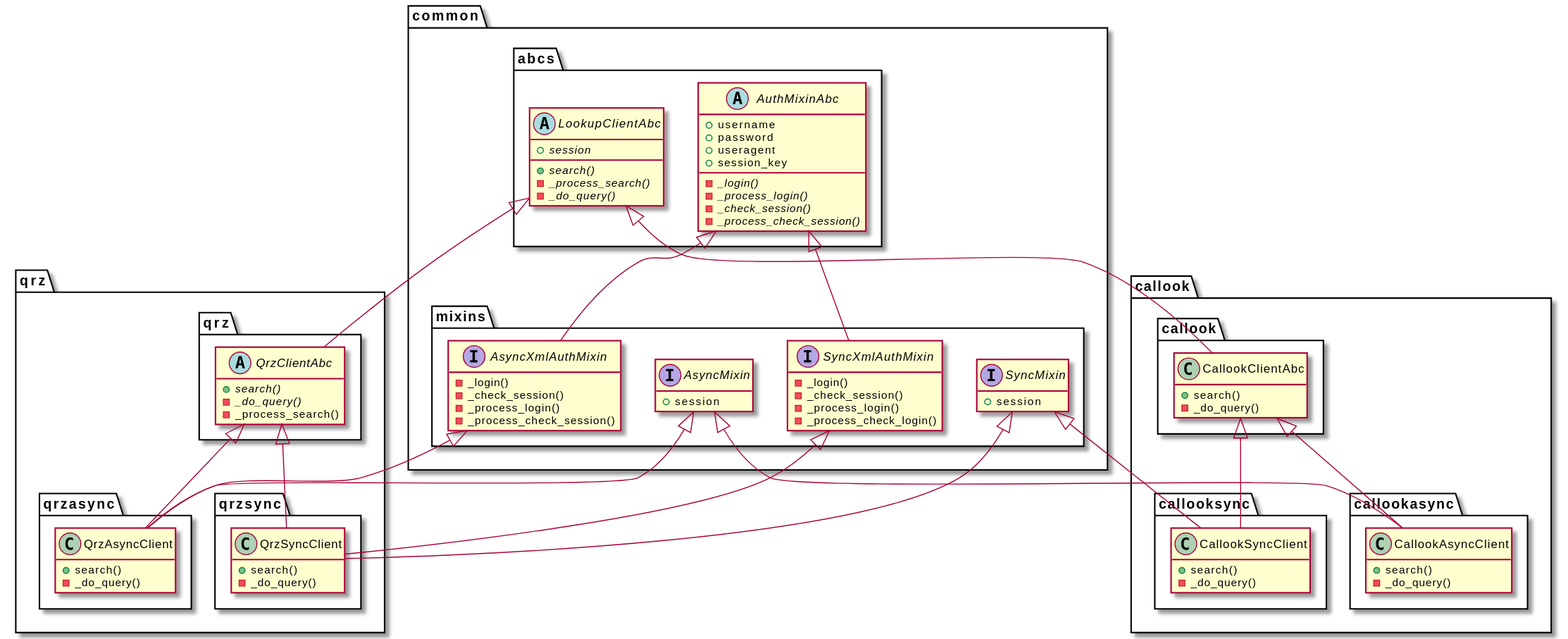
This is devnotes/cltinheritance.svg from miaowware/callsignlookuptools, a PlantUML export, as it was before one commit.
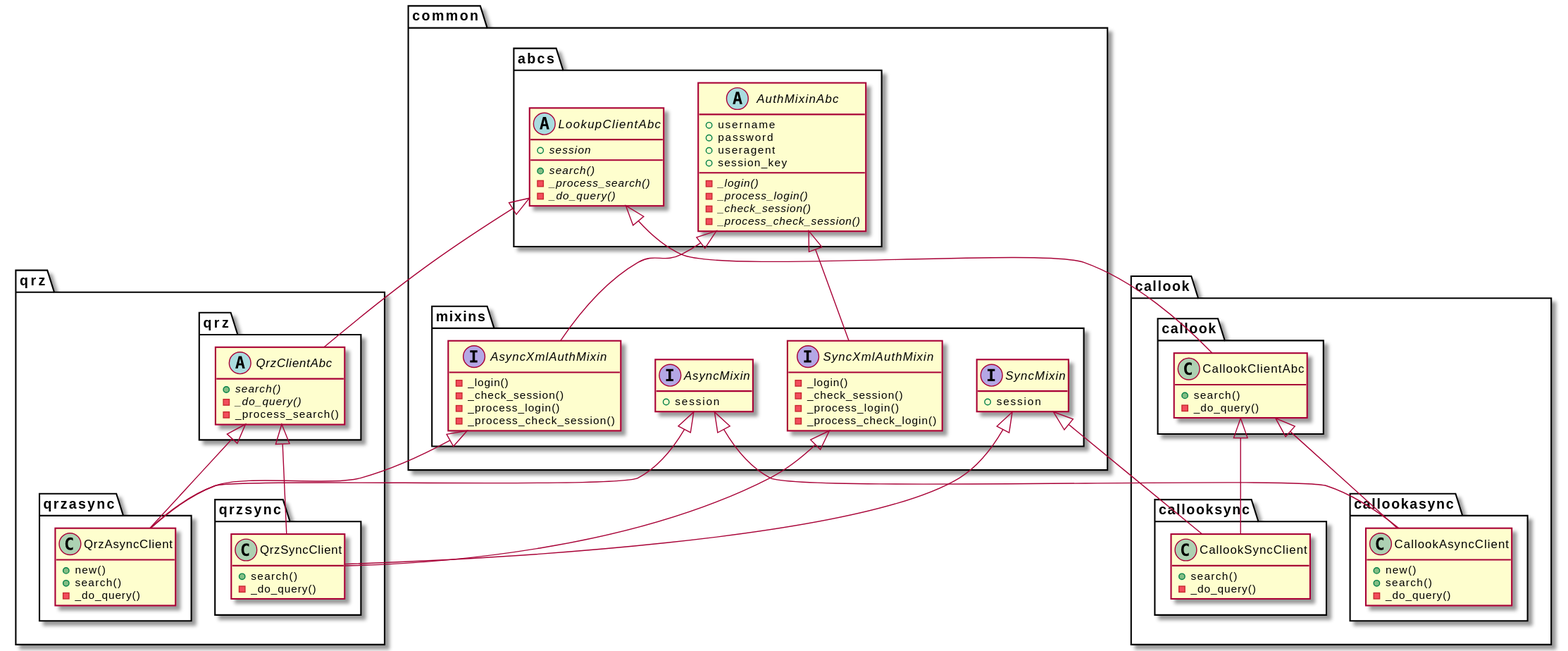
Later version of the same file.

The edit, as a diff of the source:
```diff
@@ -57,6 +57,7 @@
 
     namespace qrzasync {
         class QrzAsyncClient {
+            + new()
             + search()
             - _do_query()
         }
@@ -79,6 +80,7 @@
     }
     namespace callookasync {
         class CallookAsyncClient {
+            + new()
             + search()
             - _do_query()
         }
```
